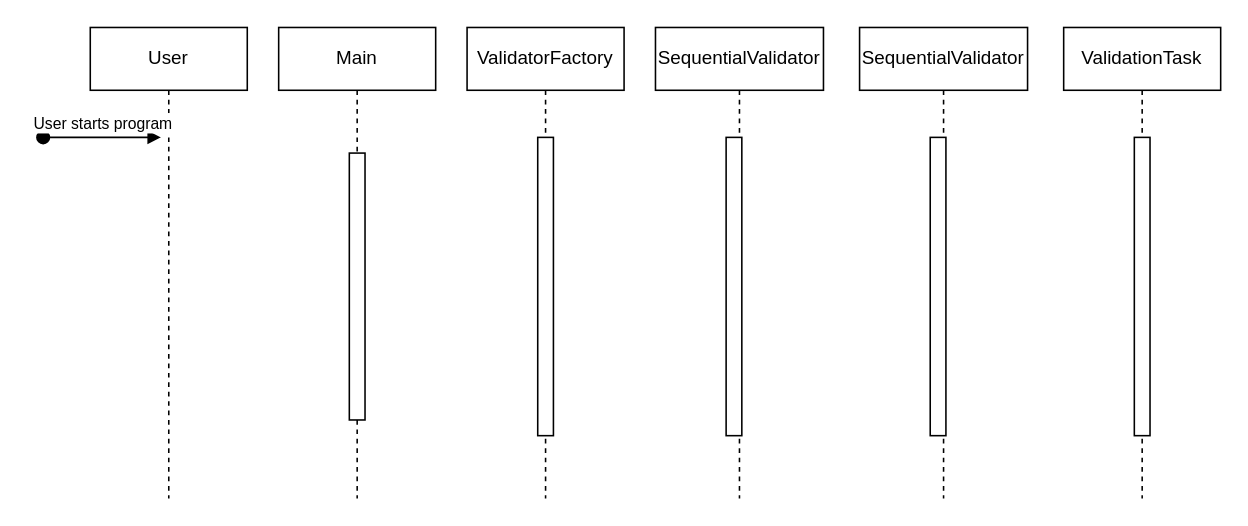
This is diagrams/mode0Sequence.drawio from Smook-e/Prog_lab9, a draw.io file, before an edit. Source tidied: cells renumbered, new cells numbered last; positions are measured from the earlier drawing's top-left corner, leaving out a move shared by most shapes. Both pictures are drawn from the tidied source at 157%, with x=0, y=0 at pixel (42, 27).
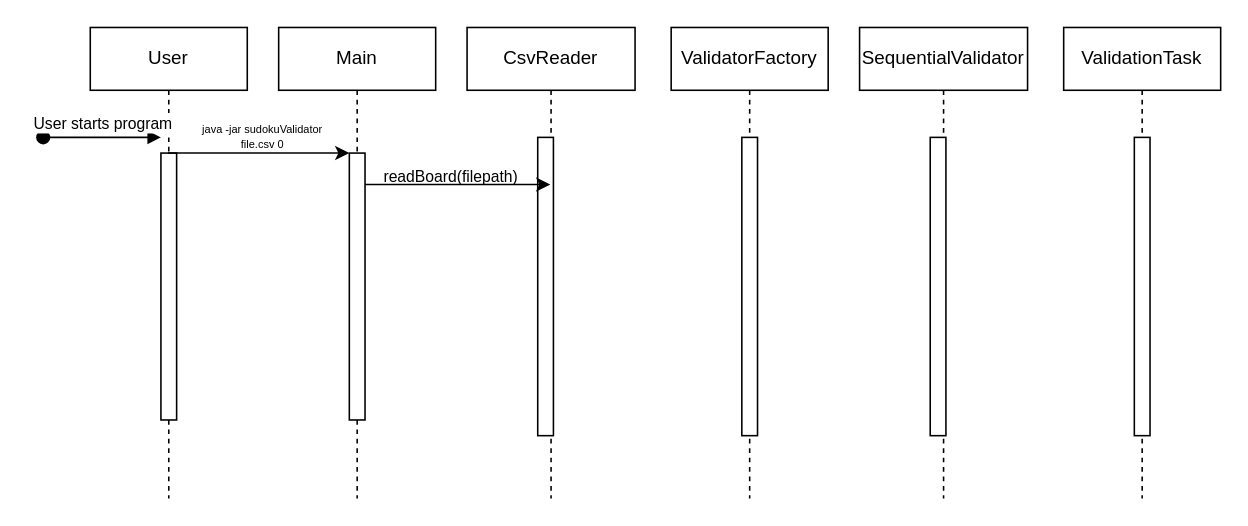
The same diagram, later.

The change refers to these unchanged cells:
```xml
<mxCell id="2" value="User" style="shape=umlLifeline;perimeter=lifelinePerimeter;whiteSpace=wrap;html=1;outlineConnect=0;portConstraint=eastwest;newEdgeStyle={&quot;edgeStyle&quot;:&quot;elbowEdgeStyle&quot;,&quot;elbow&quot;:&quot;vertical&quot;,&quot;curved&quot;:0,&quot;rounded&quot;:0};" parent="1" vertex="1">
  <mxGeometry x="30" width="100" height="300" as="geometry" />
</mxCell>
<mxCell id="5" style="html=1;points=[];perimeter=orthogonalPerimeter;outlineConnect=0;targetShapes=umlLifeline;portConstraint=eastwest;newEdgeStyle={&quot;edgeStyle&quot;:&quot;elbowEdgeStyle&quot;,&quot;elbow&quot;:&quot;vertical&quot;,&quot;curved&quot;:0,&quot;rounded&quot;:0};" parent="4" vertex="1">
  <mxGeometry x="45" y="80" width="10" height="170" as="geometry" />
</mxCell>
```

Diff of the diagram source:
```diff
@@
+    <mxCell id="14" style="html=1;perimeter=orthogonalPerimeter;targetShapes=umlLifeline;newEdgeStyle={&quot;edgeStyle&quot;:&quot;elbowEdgeStyle&quot;,&quot;elbow&quot;:&quot;vertical&quot;,&quot;curved&quot;:0,&quot;rounded&quot;:0};" parent="2" vertex="1">
+      <mxGeometry x="45" y="80" width="10" height="170" as="geometry" />
+    </mxCell>
@@
     <mxCell id="6" value="ValidatorFactory" style="shape=umlLifeline;perimeter=lifelinePerimeter;whiteSpace=wrap;html=1;newEdgeStyle={&quot;edgeStyle&quot;:&quot;elbowEdgeStyle&quot;,&quot;elbow&quot;:&quot;vertical&quot;,&quot;curved&quot;:0,&quot;rounded&quot;:0};" parent="1" vertex="1">
-      <mxGeometry x="270" width="100" height="300" as="geometry" />
+      <mxGeometry x="400" width="100" height="300" as="geometry" />
     </mxCell>
@@
-    <mxCell id="12" value="SequentialValidator" style="shape=umlLifeline;perimeter=lifelinePerimeter;whiteSpace=wrap;html=1;outlineConnect=0;portConstraint=eastwest;newEdgeStyle={&quot;edgeStyle&quot;:&quot;elbowEdgeStyle&quot;,&quot;elbow&quot;:&quot;vertical&quot;,&quot;curved&quot;:0,&quot;rounded&quot;:0};" parent="1" vertex="1">
-      <mxGeometry x="390" width="107" height="300" as="geometry" />
+    <mxCell id="12" value="CsvReader" style="shape=umlLifeline;perimeter=lifelinePerimeter;whiteSpace=wrap;html=1;outlineConnect=0;portConstraint=eastwest;newEdgeStyle={&quot;edgeStyle&quot;:&quot;elbowEdgeStyle&quot;,&quot;elbow&quot;:&quot;vertical&quot;,&quot;curved&quot;:0,&quot;rounded&quot;:0};" parent="1" vertex="1">
+      <mxGeometry x="270" width="107" height="300" as="geometry" />
     </mxCell>
@@
+    <mxCell id="15" style="endArrow=classic;html=1;rounded=0;" parent="1" edge="1" source="2" target="5">
+      <mxGeometry relative="1" as="geometry">
+        <Array as="points">
+          <mxPoint x="180" y="80" />
+        </Array>
+      </mxGeometry>
+    </mxCell>
+    <mxCell id="16" value="java -jar sudokuValidator file.csv 0" style="text;html=1;whiteSpace=wrap;strokeColor=none;fillColor=none;align=center;verticalAlign=middle;rounded=0;fontSize=7;" parent="1" vertex="1">
+      <mxGeometry x="90" y="60" width="100" height="20" as="geometry" />
+    </mxCell>
+    <mxCell id="17" style="endArrow=classic;html=1;rounded=0;" parent="1" edge="1" source="5" target="12">
+      <mxGeometry relative="1" as="geometry">
+        <Array as="points">
+          <mxPoint x="310" y="100" />
+        </Array>
+      </mxGeometry>
+    </mxCell>
+    <mxCell id="18" value="&lt;font style=&quot;font-size: 10px;&quot;&gt;readBoard(filepath)&lt;/font&gt;" style="text;html=1;whiteSpace=wrap;strokeColor=none;fillColor=none;align=center;verticalAlign=middle;rounded=0;" parent="1" vertex="1">
+      <mxGeometry x="230" y="80" width="60" height="30" as="geometry" />
+    </mxCell>
```
